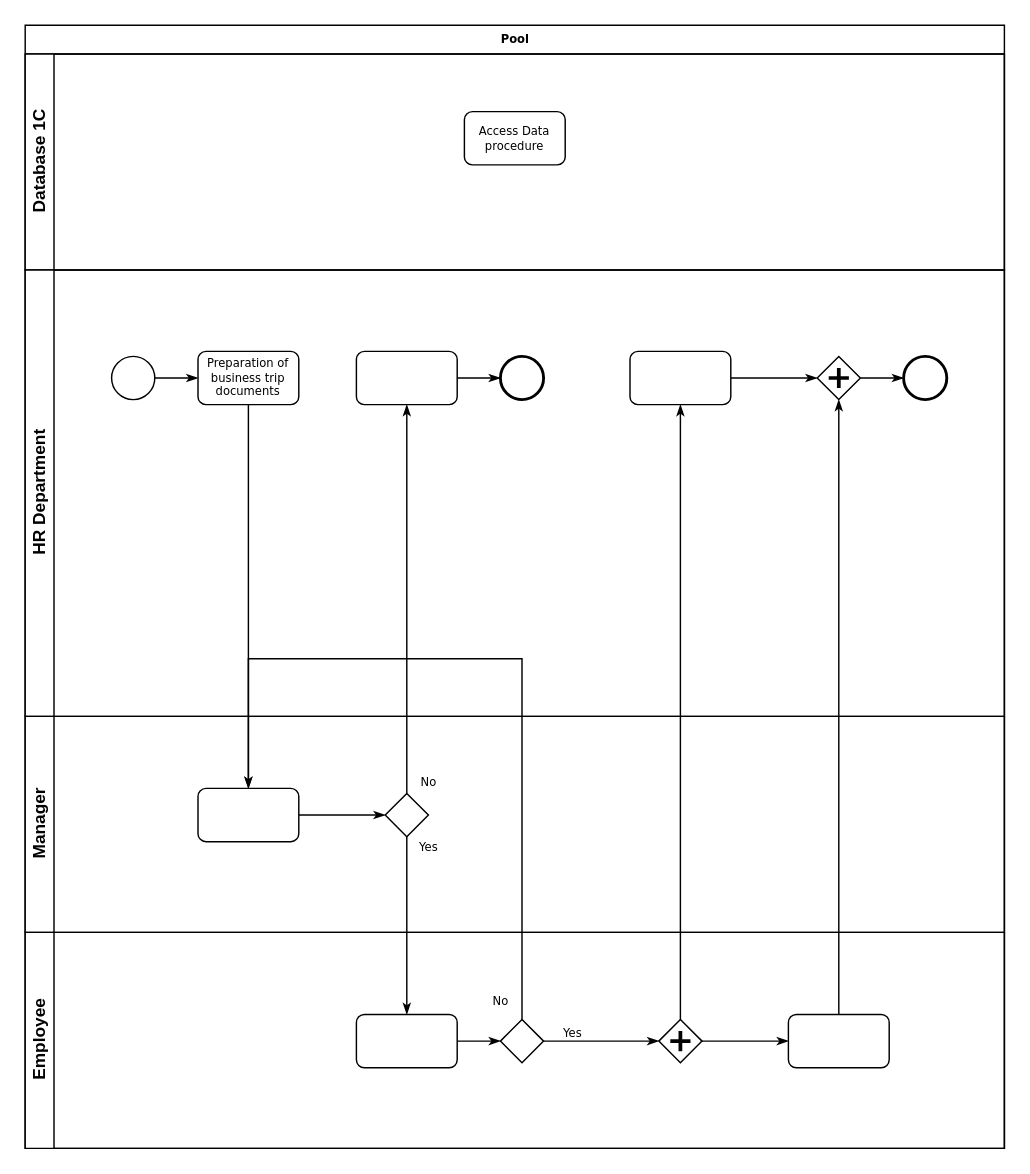
Before: Untitled Diagram.drawio in zeedrive/Draw, a draw.io diagram. Source tidied: cells renumbered, new cells numbered last; positions are measured from the earlier drawing's top-left corner, leaving out a move shared by most shapes. Both pictures are drawn from the tidied source at 144%, with x=0, y=0 at pixel (24, 24).
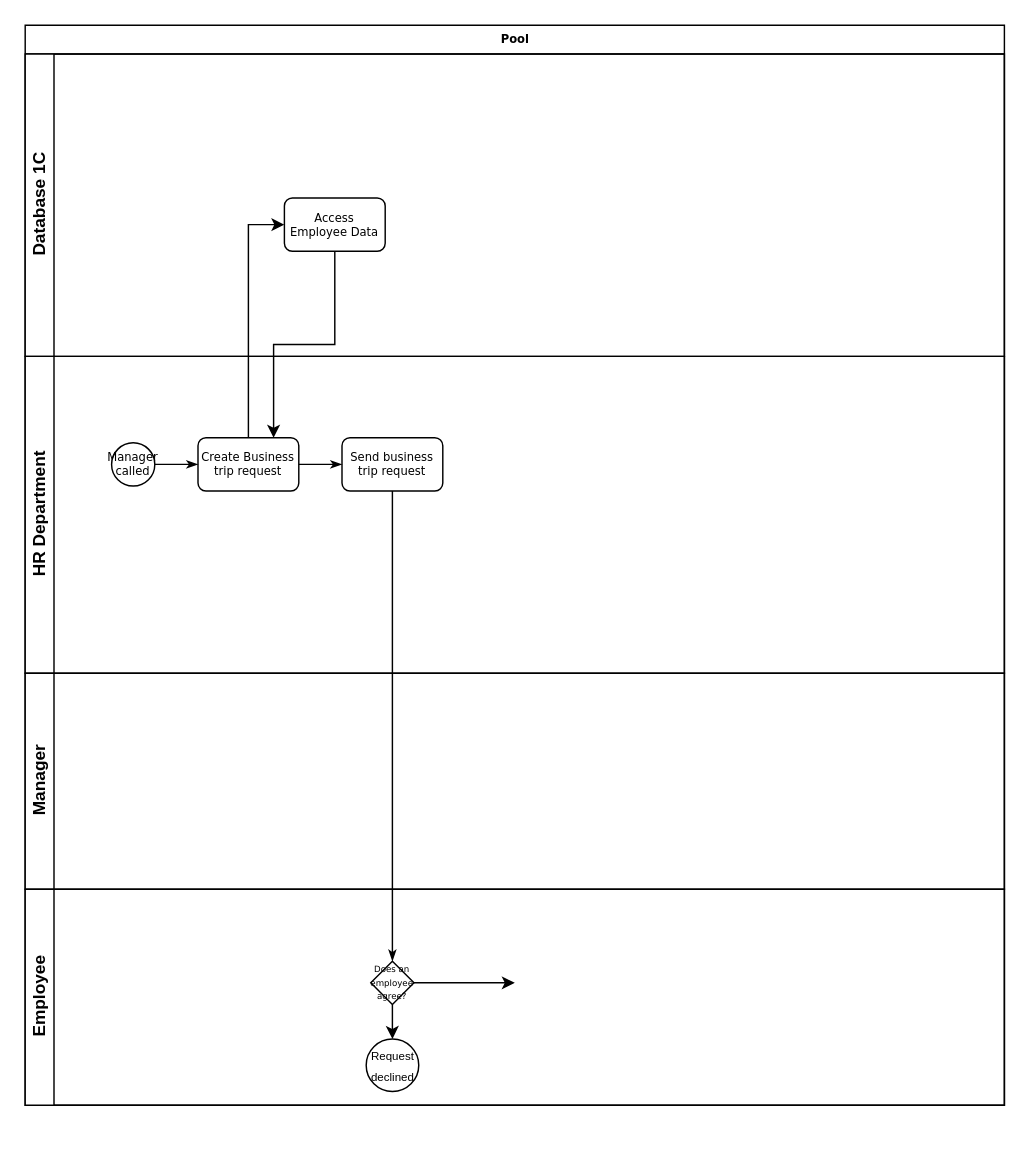
After the change.

What changed in the source:
```diff
@@
     <mxCell id="2" value="Pool" style="swimlane;html=1;horizontal=1;startSize=20;rounded=0;shadow=0;labelBackgroundColor=none;strokeWidth=1;fontFamily=Verdana;fontSize=8;align=center;" parent="1" vertex="1">
-      <mxGeometry width="680" height="780" as="geometry" />
+      <mxGeometry width="680" height="750" as="geometry" />
     </mxCell>
     <mxCell id="3" value="Database 1C" style="swimlane;html=1;startSize=20;horizontal=0;" parent="2" vertex="1">
-      <mxGeometry y="20" width="680" height="150" as="geometry" />
+      <mxGeometry y="20" width="680" height="210" as="geometry" />
     </mxCell>
-    <mxCell id="4" value="Access Data procedure" style="rounded=1;whiteSpace=wrap;html=1;shadow=0;labelBackgroundColor=none;strokeWidth=1;fontFamily=Verdana;fontSize=8;align=center;" parent="3" vertex="1">
-      <mxGeometry x="305" y="40" width="70" height="37" as="geometry" />
+    <mxCell id="4" value="Access Employee Data" style="rounded=1;whiteSpace=wrap;html=1;shadow=0;labelBackgroundColor=none;strokeWidth=1;fontFamily=Verdana;fontSize=8;align=center;noLabel=0;comic=0;" parent="3" vertex="1">
+      <mxGeometry x="180" y="100" width="70" height="37" as="geometry" />
     </mxCell>
     <mxCell id="5" value="HR Department" style="swimlane;html=1;startSize=20;horizontal=0;" parent="2" vertex="1">
-      <mxGeometry y="170" width="680" height="310" as="geometry" />
+      <mxGeometry y="230" width="680" height="220" as="geometry" />
     </mxCell>
-    <mxCell id="6" value="Preparation of business trip documents" style="rounded=1;whiteSpace=wrap;html=1;shadow=0;labelBackgroundColor=none;strokeWidth=1;fontFamily=Verdana;fontSize=8;align=center;" parent="5" vertex="1">
+    <mxCell id="6" value="Create Business trip request" style="rounded=1;whiteSpace=wrap;html=1;shadow=0;labelBackgroundColor=none;strokeWidth=1;fontFamily=Verdana;fontSize=8;align=center;" parent="5" vertex="1">
       <mxGeometry x="120" y="56.5" width="70" height="37" as="geometry" />
     </mxCell>
-    <mxCell id="7" style="edgeStyle=orthogonalEdgeStyle;rounded=0;html=1;labelBackgroundColor=none;startArrow=none;startFill=0;startSize=5;endArrow=classicThin;endFill=1;endSize=5;jettySize=auto;strokeWidth=1;fontFamily=Verdana;fontSize=8;" parent="5" edge="1" source="8" target="9">
-      <mxGeometry relative="1" as="geometry" />
-    </mxCell>
-    <mxCell id="8" style="rounded=1;whiteSpace=wrap;html=1;shadow=0;labelBackgroundColor=none;strokeWidth=1;fontFamily=Verdana;fontSize=8;align=center;" parent="5" vertex="1">
-      <mxGeometry x="230" y="56.5" width="70" height="37" as="geometry" />
-    </mxCell>
-    <mxCell id="9" style="ellipse;whiteSpace=wrap;html=1;rounded=0;shadow=0;labelBackgroundColor=none;strokeWidth=2;fontFamily=Verdana;fontSize=8;align=center;" parent="5" vertex="1">
-      <mxGeometry x="330" y="60" width="30" height="30" as="geometry" />
-    </mxCell>
-    <mxCell id="10" style="edgeStyle=orthogonalEdgeStyle;rounded=0;html=1;entryX=0;entryY=0.5;labelBackgroundColor=none;startArrow=none;startFill=0;startSize=5;endArrow=classicThin;endFill=1;endSize=5;jettySize=auto;strokeWidth=1;fontFamily=Verdana;fontSize=8;" parent="5" edge="1" source="11" target="13">
-      <mxGeometry relative="1" as="geometry" />
-    </mxCell>
-    <mxCell id="11" style="rounded=1;whiteSpace=wrap;html=1;shadow=0;labelBackgroundColor=none;strokeWidth=1;fontFamily=Verdana;fontSize=8;align=center;" parent="5" vertex="1">
-      <mxGeometry x="420" y="56.5" width="70" height="37" as="geometry" />
-    </mxCell>
-    <mxCell id="12" style="edgeStyle=orthogonalEdgeStyle;rounded=0;html=1;labelBackgroundColor=none;startArrow=none;startFill=0;startSize=5;endArrow=classicThin;endFill=1;endSize=5;jettySize=auto;strokeWidth=1;fontFamily=Verdana;fontSize=8;" parent="5" edge="1" source="13" target="14">
-      <mxGeometry relative="1" as="geometry" />
-    </mxCell>
-    <mxCell id="13" style="shape=mxgraph.bpmn.shape;html=1;verticalLabelPosition=bottom;labelBackgroundColor=#ffffff;verticalAlign=top;perimeter=rhombusPerimeter;background=gateway;outline=none;symbol=parallelGw;rounded=1;shadow=0;strokeWidth=1;fontFamily=Verdana;fontSize=8;align=center;" parent="5" vertex="1">
-      <mxGeometry x="550" y="60" width="30" height="30" as="geometry" />
-    </mxCell>
-    <mxCell id="14" style="ellipse;whiteSpace=wrap;html=1;rounded=0;shadow=0;labelBackgroundColor=none;strokeWidth=2;fontFamily=Verdana;fontSize=8;align=center;" parent="5" vertex="1">
-      <mxGeometry x="610" y="60" width="30" height="30" as="geometry" />
-    </mxCell>
-    <mxCell id="15" style="ellipse;whiteSpace=wrap;html=1;rounded=0;shadow=0;labelBackgroundColor=none;strokeWidth=1;fontFamily=Verdana;fontSize=8;align=center;" parent="5" vertex="1">
+    <mxCell id="15" value="Manager called" style="ellipse;whiteSpace=wrap;html=1;rounded=0;shadow=0;labelBackgroundColor=none;strokeWidth=1;fontFamily=Verdana;fontSize=8;align=center;" parent="5" vertex="1">
       <mxGeometry x="60" y="60" width="30" height="30" as="geometry" />
     </mxCell>
@@
+    <mxCell id="19" value="Send business trip request" style="rounded=1;whiteSpace=wrap;html=1;shadow=0;labelBackgroundColor=none;strokeWidth=1;fontFamily=Verdana;fontSize=8;align=center;" parent="5" vertex="1">
+      <mxGeometry x="220" y="56.5" width="70" height="37" as="geometry" />
+    </mxCell>
+    <mxCell id="29" style="edgeStyle=orthogonalEdgeStyle;rounded=0;html=1;labelBackgroundColor=none;startArrow=none;startFill=0;startSize=5;endArrow=classicThin;endFill=1;endSize=5;jettySize=auto;strokeWidth=1;fontFamily=Verdana;fontSize=8;" parent="5" edge="1" source="6" target="19">
+      <mxGeometry relative="1" as="geometry" />
+    </mxCell>
     <mxCell id="17" value="&lt;div&gt;Manager&lt;/div&gt;" style="swimlane;html=1;startSize=20;horizontal=0;" parent="2" vertex="1">
-      <mxGeometry y="480" width="680" height="150" as="geometry" />
+      <mxGeometry y="450" width="680" height="150" as="geometry" />
     </mxCell>
+    <mxCell id="21" value="Employee" style="swimlane;html=1;startSize=20;horizontal=0;" parent="2" vertex="1">
+      <mxGeometry y="600" width="680" height="150" as="geometry" />
+    </mxCell>
+    <mxCell id="35" style="edgeStyle=orthogonalEdgeStyle;rounded=0;jettySize=auto;html=1;entryX=0.5;entryY=0;entryDx=0;entryDy=0;" parent="21" edge="1" source="20" target="36">
+      <mxGeometry relative="1" as="geometry" />
+    </mxCell>
+    <mxCell id="20" value="&lt;font style=&quot;font-size: 6px&quot;&gt;Does an employee agree?&lt;/font&gt;" style="strokeWidth=1;html=1;shape=mxgraph.flowchart.decision;whiteSpace=wrap;rounded=1;shadow=0;labelBackgroundColor=none;fontFamily=Verdana;fontSize=8;align=center;snapToPoint=0;" parent="21" vertex="1">
+      <mxGeometry x="240" y="50" width="30" height="30" as="geometry" />
+    </mxCell>
+    <mxCell id="36" value="&lt;font style=&quot;font-size: 8px&quot;&gt;Request declined&lt;br&gt;&lt;/font&gt;" style="ellipse;whiteSpace=wrap;html=1;" parent="21" vertex="1">
+      <mxGeometry x="236.8" y="104" width="36.5" height="36.5" as="geometry" />
+    </mxCell>
-    <mxCell id="18" style="edgeStyle=orthogonalEdgeStyle;rounded=0;html=1;labelBackgroundColor=none;startArrow=none;startFill=0;startSize=5;endArrow=classicThin;endFill=1;endSize=5;jettySize=auto;strokeWidth=1;fontFamily=Verdana;fontSize=8;" parent="17" edge="1" source="19" target="20">
-      <mxGeometry relative="1" as="geometry" />
+    <mxCell id="18" style="edgeStyle=orthogonalEdgeStyle;rounded=0;html=1;labelBackgroundColor=none;startArrow=none;startFill=0;startSize=5;endArrow=classicThin;endFill=1;endSize=5;jettySize=auto;strokeWidth=1;fontFamily=Verdana;fontSize=8;" parent="2" edge="1" source="19" target="20">
+      <mxGeometry x="-0.14" y="9" relative="1" as="geometry">
+        <mxPoint y="1" as="offset" />
+      </mxGeometry>
     </mxCell>
-    <mxCell id="19" style="rounded=1;whiteSpace=wrap;html=1;shadow=0;labelBackgroundColor=none;strokeWidth=1;fontFamily=Verdana;fontSize=8;align=center;" parent="17" vertex="1">
-      <mxGeometry x="120" y="50" width="70" height="37" as="geometry" />
-    </mxCell>
-    <mxCell id="20" style="strokeWidth=1;html=1;shape=mxgraph.flowchart.decision;whiteSpace=wrap;rounded=1;shadow=0;labelBackgroundColor=none;fontFamily=Verdana;fontSize=8;align=center;" parent="17" vertex="1">
-      <mxGeometry x="250" y="53.5" width="30" height="30" as="geometry" />
-    </mxCell>
-    <mxCell id="21" value="Employee" style="swimlane;html=1;startSize=20;horizontal=0;" parent="2" vertex="1">
-      <mxGeometry y="630" width="680" height="150" as="geometry" />
-    </mxCell>
-    <mxCell id="22" style="edgeStyle=orthogonalEdgeStyle;rounded=0;html=1;labelBackgroundColor=none;startArrow=none;startFill=0;startSize=5;endArrow=classicThin;endFill=1;endSize=5;jettySize=auto;strokeWidth=1;fontFamily=Verdana;fontSize=8;" parent="21" edge="1" source="23" target="25">
-      <mxGeometry relative="1" as="geometry" />
-    </mxCell>
-    <mxCell id="23" style="rounded=1;whiteSpace=wrap;html=1;shadow=0;labelBackgroundColor=none;strokeWidth=1;fontFamily=Verdana;fontSize=8;align=center;" parent="21" vertex="1">
-      <mxGeometry x="230" y="57" width="70" height="37" as="geometry" />
-    </mxCell>
-    <mxCell id="24" value="Yes" style="edgeStyle=orthogonalEdgeStyle;rounded=0;html=1;entryX=0;entryY=0.5;labelBackgroundColor=none;startArrow=none;startFill=0;startSize=5;endArrow=classicThin;endFill=1;endSize=5;jettySize=auto;strokeWidth=1;fontFamily=Verdana;fontSize=8;" parent="21" edge="1" source="25" target="27">
-      <mxGeometry x="-0.5" y="6" relative="1" as="geometry" />
-    </mxCell>
-    <mxCell id="25" style="strokeWidth=1;html=1;shape=mxgraph.flowchart.decision;whiteSpace=wrap;rounded=1;shadow=0;labelBackgroundColor=none;fontFamily=Verdana;fontSize=8;align=center;" parent="21" vertex="1">
-      <mxGeometry x="330" y="60.5" width="30" height="30" as="geometry" />
-    </mxCell>
-    <mxCell id="26" style="edgeStyle=orthogonalEdgeStyle;rounded=0;html=1;labelBackgroundColor=none;startArrow=none;startFill=0;startSize=5;endArrow=classicThin;endFill=1;endSize=5;jettySize=auto;strokeColor=#000000;strokeWidth=1;fontFamily=Verdana;fontSize=8;fontColor=#000000;" parent="21" edge="1" source="27" target="28">
-      <mxGeometry relative="1" as="geometry" />
-    </mxCell>
-    <mxCell id="27" style="shape=mxgraph.bpmn.shape;html=1;verticalLabelPosition=bottom;labelBackgroundColor=#ffffff;verticalAlign=top;perimeter=rhombusPerimeter;background=gateway;outline=none;symbol=parallelGw;rounded=1;shadow=0;strokeWidth=1;fontFamily=Verdana;fontSize=8;align=center;" parent="21" vertex="1">
-      <mxGeometry x="440" y="60.5" width="30" height="30" as="geometry" />
-    </mxCell>
-    <mxCell id="28" style="rounded=1;whiteSpace=wrap;html=1;shadow=0;labelBackgroundColor=none;strokeWidth=1;fontFamily=Verdana;fontSize=8;align=center;" parent="21" vertex="1">
-      <mxGeometry x="530" y="57" width="70" height="37" as="geometry" />
-    </mxCell>
-    <mxCell id="29" style="edgeStyle=orthogonalEdgeStyle;rounded=0;html=1;labelBackgroundColor=none;startArrow=none;startFill=0;startSize=5;endArrow=classicThin;endFill=1;endSize=5;jettySize=auto;strokeWidth=1;fontFamily=Verdana;fontSize=8;" parent="2" edge="1" source="6" target="19">
-      <mxGeometry relative="1" as="geometry" />
-    </mxCell>
-    <mxCell id="30" value="No" style="edgeStyle=orthogonalEdgeStyle;rounded=0;html=1;labelBackgroundColor=none;startArrow=none;startFill=0;startSize=5;endArrow=classicThin;endFill=1;endSize=5;jettySize=auto;strokeWidth=1;fontFamily=Verdana;fontSize=8;" parent="2" edge="1" source="20" target="8">
-      <mxGeometry x="-0.94" y="-15" relative="1" as="geometry" />
-    </mxCell>
-    <mxCell id="31" value="Yes" style="edgeStyle=orthogonalEdgeStyle;rounded=0;html=1;labelBackgroundColor=none;startArrow=none;startFill=0;startSize=5;endArrow=classicThin;endFill=1;endSize=5;jettySize=auto;strokeWidth=1;fontFamily=Verdana;fontSize=8;" parent="2" edge="1" source="20" target="23">
-      <mxGeometry x="-0.89" y="15" relative="1" as="geometry" />
-    </mxCell>
-    <mxCell id="32" style="edgeStyle=orthogonalEdgeStyle;rounded=0;html=1;entryX=0.5;entryY=1;labelBackgroundColor=none;startArrow=none;startFill=0;startSize=5;endArrow=classicThin;endFill=1;endSize=5;jettySize=auto;strokeWidth=1;fontFamily=Verdana;fontSize=8;" parent="2" edge="1" source="28" target="13">
-      <mxGeometry relative="1" as="geometry" />
-    </mxCell>
-    <mxCell id="33" value="No" style="edgeStyle=orthogonalEdgeStyle;rounded=0;html=1;labelBackgroundColor=none;startArrow=none;startFill=0;startSize=5;endArrow=classicThin;endFill=1;endSize=5;jettySize=auto;strokeWidth=1;fontFamily=Verdana;fontSize=8;" parent="2" edge="1" source="25" target="19">
-      <mxGeometry x="-0.95" y="15" relative="1" as="geometry">
-        <Array as="points">
-          <mxPoint x="345" y="440" />
-          <mxPoint x="155" y="440" />
-        </Array>
-      </mxGeometry>
-    </mxCell>
-    <mxCell id="34" style="edgeStyle=orthogonalEdgeStyle;rounded=0;html=1;labelBackgroundColor=none;startArrow=none;startFill=0;startSize=5;endArrow=classicThin;endFill=1;endSize=5;jettySize=auto;strokeWidth=1;fontFamily=Verdana;fontSize=8;" parent="2" edge="1" source="27" target="11">
-      <mxGeometry relative="1" as="geometry" />
-    </mxCell>
+    <mxCell id="37" style="edgeStyle=orthogonalEdgeStyle;rounded=0;jettySize=auto;html=1;entryX=0;entryY=0.5;entryDx=0;entryDy=0;" parent="2" edge="1" source="6" target="4">
+      <mxGeometry relative="1" as="geometry" />
+    </mxCell>
+    <mxCell id="38" style="edgeStyle=orthogonalEdgeStyle;rounded=0;jettySize=auto;html=1;entryX=0.75;entryY=0;entryDx=0;entryDy=0;" parent="2" edge="1" source="4" target="6">
+      <mxGeometry relative="1" as="geometry" />
+    </mxCell>
+    <mxCell id="39" style="edgeStyle=orthogonalEdgeStyle;rounded=0;jettySize=auto;html=1;" parent="1" edge="1" source="20">
+      <mxGeometry relative="1" as="geometry">
+        <mxPoint x="340" y="665" as="targetPoint" />
+      </mxGeometry>
+    </mxCell>
```
